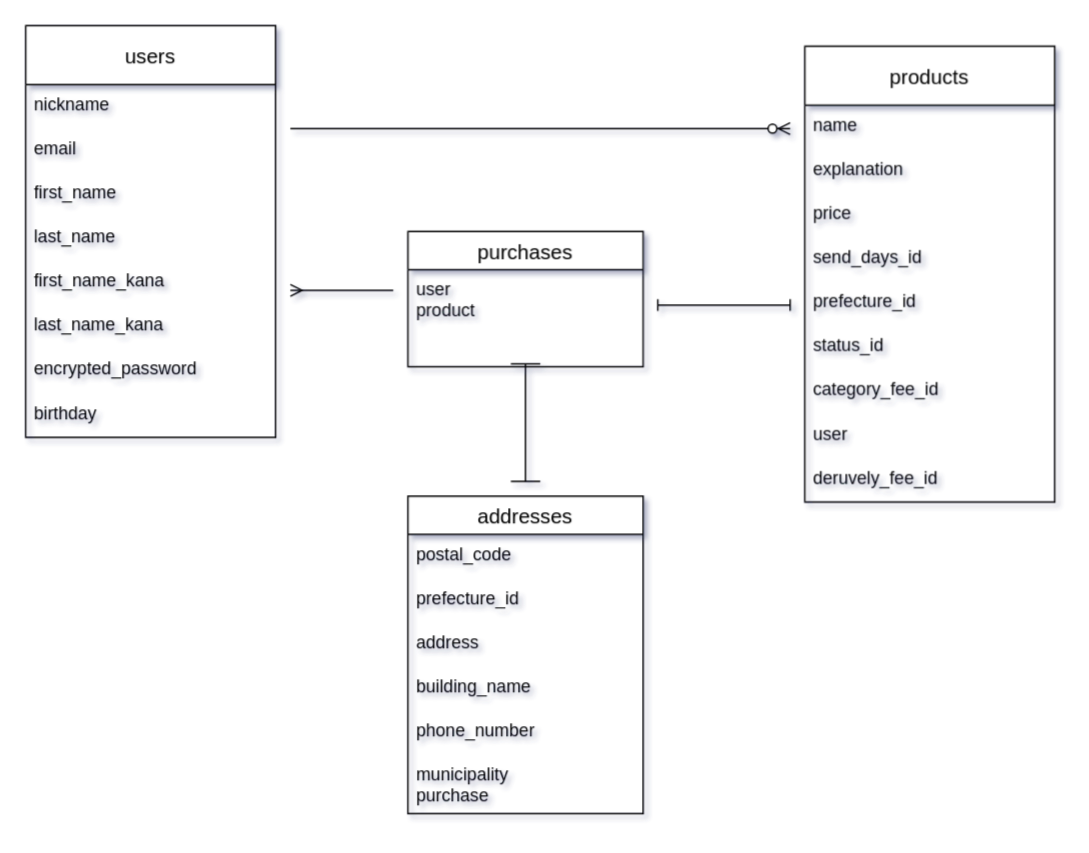
Before: er.dio in xxyychyo/furima-37867, a draw.io diagram. Source tidied: cells renumbered, new cells numbered last; positions are measured from the earlier drawing's top-left corner, leaving out a move shared by most shapes. Both pictures are drawn from the tidied source at 147%, with x=0, y=0 at pixel (25, 25).
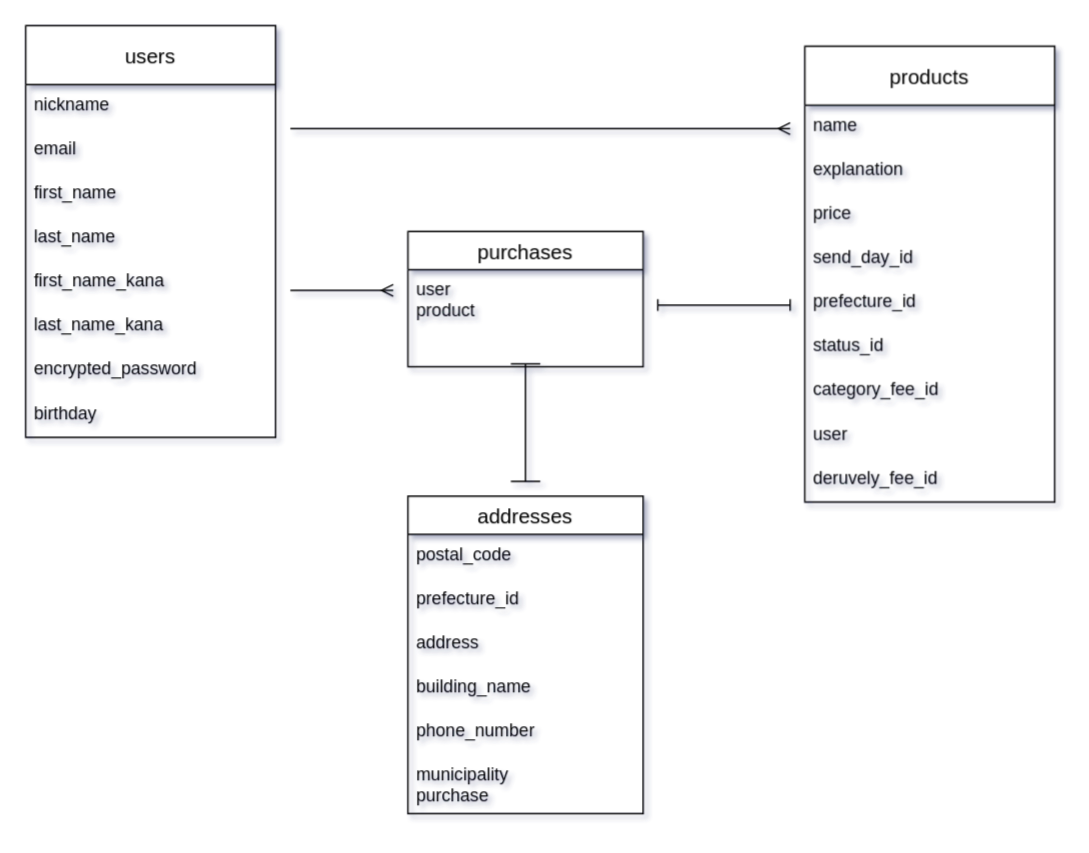
Above is the later version.

The change refers to these unchanged cells:
```xml
<mxCell id="2" value="products" style="swimlane;fontStyle=0;horizontal=1;startSize=40;align=center;fontSize=14;direction=east;" parent="1" vertex="1">
  <mxGeometry x="530" y="14" width="170" height="310" as="geometry" />
</mxCell>
```

The edit, as a diff of the source:
```diff
@@
-    <mxCell id="6" value="send_days_id" style="text;strokeColor=none;fillColor=none;spacingLeft=4;spacingRight=4;overflow=hidden;fontSize=12;" parent="2" vertex="1">
+    <mxCell id="6" value="send_day_id" style="text;strokeColor=none;fillColor=none;spacingLeft=4;spacingRight=4;overflow=hidden;fontSize=12;" parent="2" vertex="1">
       <mxGeometry y="130" width="170" height="30" as="geometry" />
     </mxCell>
@@
-    <mxCell id="30" style="edgeStyle=entityRelationEdgeStyle;fontSize=12;html=1;endArrow=ERzeroToMany;endFill=1;" parent="1" edge="1">
+    <mxCell id="30" style="edgeStyle=entityRelationEdgeStyle;fontSize=12;html=1;endArrow=ERmany;endFill=0;" parent="1" edge="1">
       <mxGeometry relative="1" as="geometry">
         <mxPoint x="180" y="70" as="sourcePoint" />
         <mxPoint x="520" y="70" as="targetPoint" />
       </mxGeometry>
     </mxCell>
@@
-    <mxCell id="32" style="edgeStyle=entityRelationEdgeStyle;fontSize=12;html=1;endArrow=none;endFill=0;horizontal=1;verticalAlign=middle;startArrow=ERmany;startFill=0;" parent="1" edge="1">
+    <mxCell id="32" style="edgeStyle=entityRelationEdgeStyle;fontSize=12;html=1;endArrow=ERmany;endFill=0;horizontal=1;verticalAlign=middle;startArrow=none;startFill=0;" parent="1" edge="1">
       <mxGeometry relative="1" as="geometry">
         <mxPoint x="180" y="180" as="sourcePoint" />
         <mxPoint x="250" y="180" as="targetPoint" />
       </mxGeometry>
     </mxCell>
```
